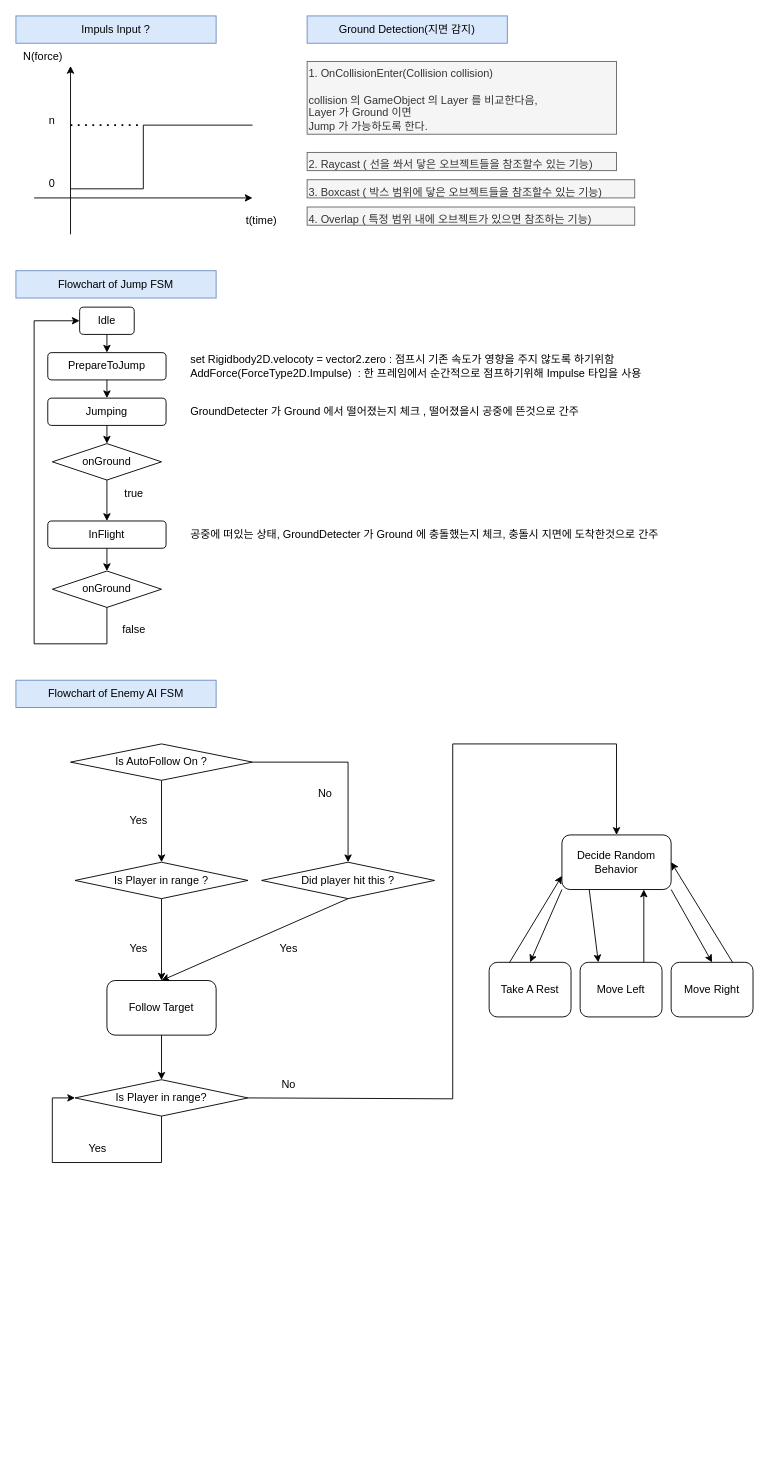
luke-youngmin-cho/UnityLessonBasic_1st keeps this draw.io diagram as Platformer2D/Platformer2D.drawio. Above is the earlier version. Source tidied: cells renumbered, new cells numbered last; positions are measured from the earlier drawing's top-left corner, leaving out a move shared by most shapes. Both pictures are drawn from the tidied source at 91%, with x=0, y=0 at pixel (15, 15).
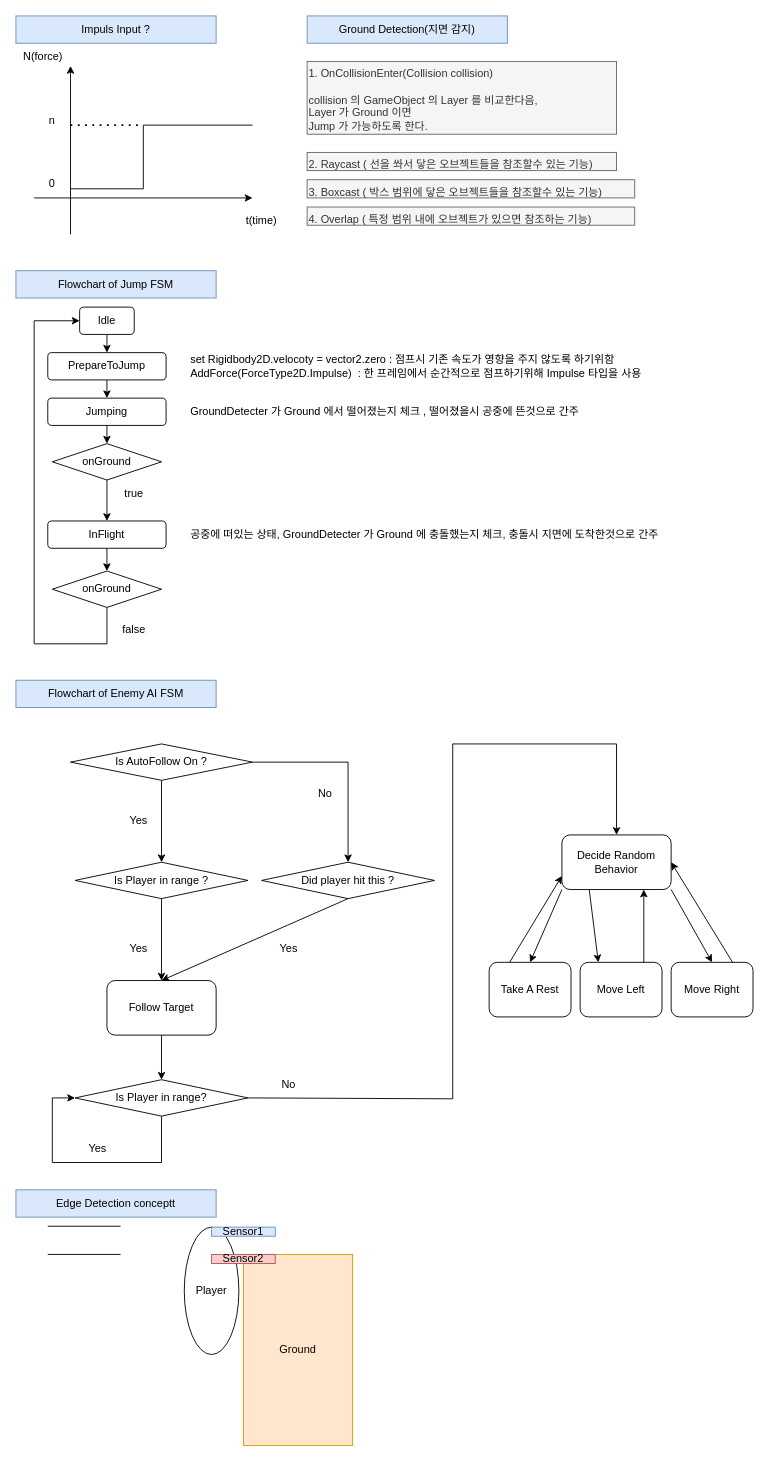
After the change.

Change to the diagram source:
```diff
@@
+    <mxCell id="66" value="Player" style="ellipse;whiteSpace=wrap;html=1;" parent="1" vertex="1">
+      <mxGeometry x="185" y="1331" width="60" height="140" as="geometry" />
+    </mxCell>
+    <mxCell id="67" value="Ground" style="rounded=0;whiteSpace=wrap;html=1;fillColor=#ffe6cc;strokeColor=#d79b00;" parent="1" vertex="1">
+      <mxGeometry x="250" y="1361" width="120" height="210" as="geometry" />
+    </mxCell>
+    <mxCell id="68" value="Sensor1" style="rounded=0;whiteSpace=wrap;html=1;fillColor=#dae8fc;strokeColor=#6c8ebf;" parent="1" vertex="1">
+      <mxGeometry x="215" y="1331" width="70" height="10" as="geometry" />
+    </mxCell>
+    <mxCell id="69" value="Sensor2" style="rounded=0;whiteSpace=wrap;html=1;fillColor=#f8cecc;strokeColor=#b85450;" parent="1" vertex="1">
+      <mxGeometry x="215" y="1361" width="70" height="10" as="geometry" />
+    </mxCell>
+    <mxCell id="70" style="endArrow=none;html=1;rounded=0;" parent="1" edge="1">
+      <mxGeometry relative="1" as="geometry">
+        <mxPoint x="115" y="1361" as="sourcePoint" />
+        <mxPoint x="35" y="1361" as="targetPoint" />
+      </mxGeometry>
+    </mxCell>
+    <mxCell id="71" style="endArrow=none;html=1;rounded=0;" parent="1" edge="1">
+      <mxGeometry relative="1" as="geometry">
+        <mxPoint x="115" y="1330" as="sourcePoint" />
+        <mxPoint x="35" y="1330" as="targetPoint" />
+      </mxGeometry>
+    </mxCell>
+    <mxCell id="72" value="Edge Detection conceptt" style="text;html=1;strokeColor=#6c8ebf;fillColor=#dae8fc;align=center;verticalAlign=middle;whiteSpace=wrap;rounded=0;" parent="1" vertex="1">
+      <mxGeometry y="1290" width="220" height="30" as="geometry" />
+    </mxCell>
```
